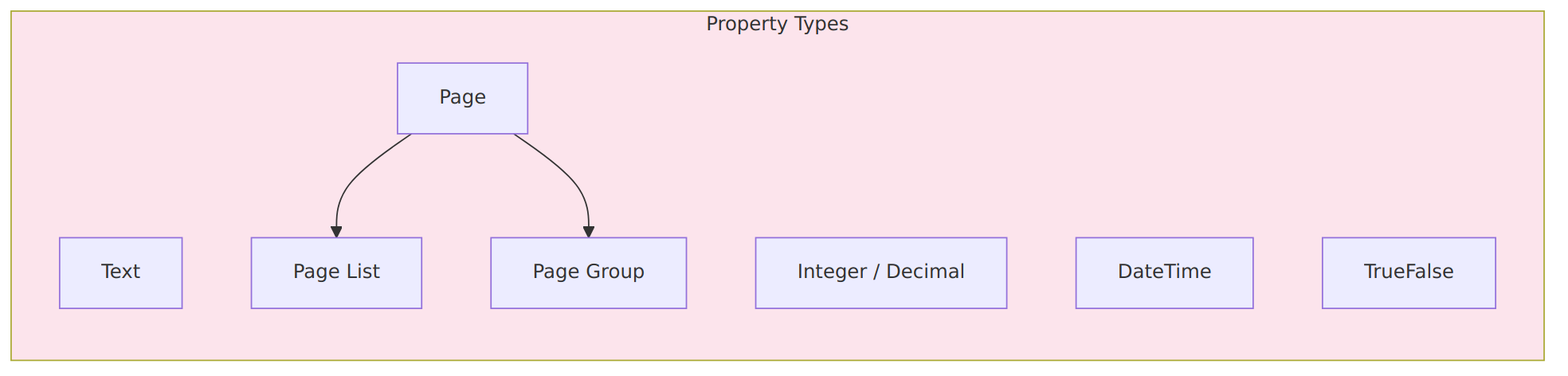
This is pega-interview-prep/diagrams/26-property-types.png from pratham-vishk/pega-interview-romance-guide, a Mermaid export, as it was before one commit. Its source is kept beside it as pega-interview-prep/diagrams/26-property-types.mmd.
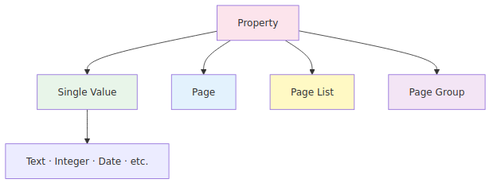
The same diagram one commit later.

Diff of the diagram source:
```diff
@@ -1,14 +1,12 @@
-flowchart LR
-    subgraph Properties["Property Types"]
-        T["Text"]
-        N["Integer / Decimal"]
-        DT["DateTime"]
-        TF["TrueFalse"]
-        P["Page"]
-        PL["Page List"]
-        PG["Page Group"]
-    end
-    P --> PL
-    P --> PG
+flowchart TD
+    P["Property"] --> S["Single Value"]
+    P --> L["Page"]
+    P --> PL["Page List"]
+    P --> PG["Page Group"]
+    S --> T["Text · Integer · Date · etc."]
 
-    style Properties fill:#fce4ec
+    style P fill:#fce4ec
+    style S fill:#e8f5e9
+    style L fill:#e3f2fd
+    style PL fill:#fff9c4
+    style PG fill:#f3e5f5
```
